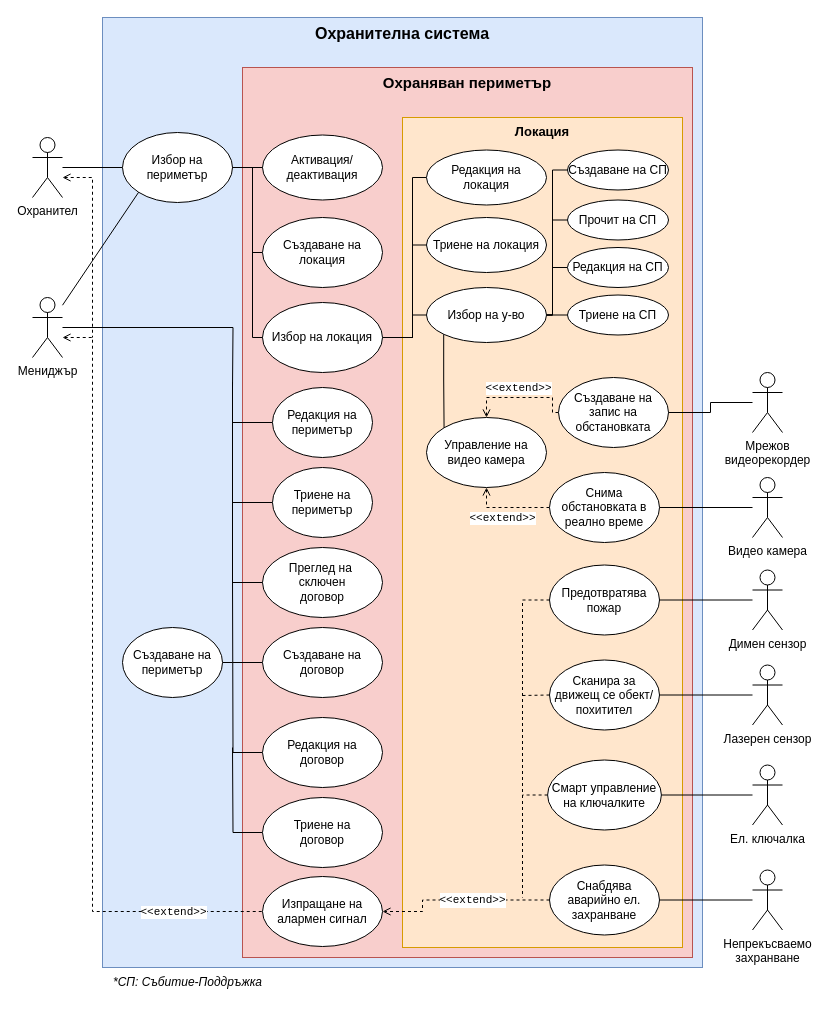
The draw.io diagram 2usecase.drawio in IsmailSalehCode/UML-course-work, before the edit. Source tidied: cells renumbered, new cells numbered last; positions are measured from the earlier drawing's top-left corner, leaving out a move shared by most shapes. Both pictures are drawn from the tidied source at 100%, with x=0, y=0 at pixel (32, 17).
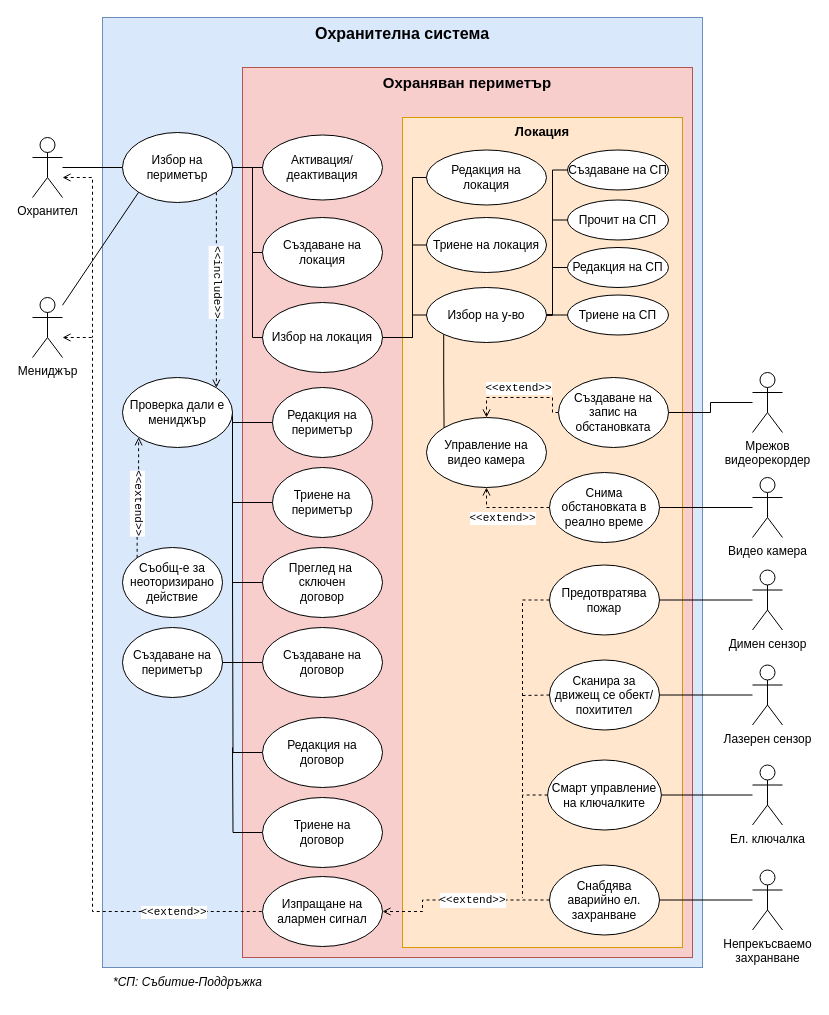
Above is the later version.

The change refers to these unchanged cells:
```xml
<mxCell id="6" value="Избор на периметър" style="ellipse;whiteSpace=wrap;html=1;" parent="1" vertex="1">
  <mxGeometry x="90" y="115" width="110" height="70" as="geometry" />
</mxCell>
<mxCell id="12" value="Мениджър" style="shape=umlActor;verticalLabelPosition=bottom;verticalAlign=top;html=1;outlineConnect=0;" parent="1" vertex="1">
  <mxGeometry y="280" width="30" height="60" as="geometry" />
</mxCell>
<mxCell id="54" value="Преглед на&amp;nbsp;&lt;div&gt;сключен&lt;div&gt;договор&lt;/div&gt;&lt;/div&gt;" style="ellipse;whiteSpace=wrap;html=1;" parent="1" vertex="1">
  <mxGeometry x="230" y="530" width="120" height="70" as="geometry" />
</mxCell>
<mxCell id="60" value="Редакция на периметър" style="ellipse;whiteSpace=wrap;html=1;" parent="1" vertex="1">
  <mxGeometry x="240" y="370" width="100" height="70" as="geometry" />
</mxCell>
<mxCell id="61" value="Триене на периметър" style="ellipse;whiteSpace=wrap;html=1;" parent="1" vertex="1">
  <mxGeometry x="240" y="450" width="100" height="70" as="geometry" />
</mxCell>
```

Diff of the diagram source:
```diff
@@
+    <mxCell id="79" style="edgeStyle=orthogonalEdgeStyle;rounded=0;jettySize=auto;html=1;exitX=1;exitY=1;exitDx=0;exitDy=0;entryX=1;entryY=0;entryDx=0;entryDy=0;endArrow=open;endFill=0;dashed=1;" parent="1" edge="1" source="6" target="81">
+      <mxGeometry relative="1" as="geometry" />
+    </mxCell>
+    <mxCell id="80" value="&lt;font face=&quot;Courier New&quot;&gt;&amp;lt;&amp;lt;include&amp;gt;&amp;gt;&lt;/font&gt;" style="edgeLabel;html=1;align=center;verticalAlign=middle;rotation=90;" parent="79" vertex="1">
+      <mxGeometry x="-0.23" y="1" relative="1" as="geometry">
+        <mxPoint y="15" as="offset" />
+      </mxGeometry>
+    </mxCell>
@@
-    <mxCell id="11" style="edgeStyle=orthogonalEdgeStyle;rounded=0;jettySize=auto;html=1;endArrow=none;endFill=0;" parent="1" edge="1" source="12">
-      <mxGeometry relative="1" as="geometry">
-        <mxPoint x="200" y="370" as="targetPoint" />
-      </mxGeometry>
-    </mxCell>
@@
-    <mxCell id="55" style="edgeStyle=orthogonalEdgeStyle;rounded=0;jettySize=auto;html=1;entryX=0;entryY=0.5;entryDx=0;entryDy=0;endArrow=none;endFill=0;" parent="1" edge="1" target="54">
+    <mxCell id="55" style="edgeStyle=orthogonalEdgeStyle;rounded=0;jettySize=auto;html=1;entryX=0;entryY=0.5;entryDx=0;entryDy=0;endArrow=none;endFill=0;exitX=1;exitY=0.5;exitDx=0;exitDy=0;" parent="1" edge="1" source="81" target="54">
       <mxGeometry relative="1" as="geometry">
-        <mxPoint x="200" y="365" as="sourcePoint" />
         <Array as="points">
           <mxPoint x="200" y="565" />
         </Array>
       </mxGeometry>
     </mxCell>
-    <mxCell id="56" style="edgeStyle=orthogonalEdgeStyle;rounded=0;jettySize=auto;html=1;entryX=0;entryY=0.5;entryDx=0;entryDy=0;endArrow=none;endFill=0;" parent="1" edge="1" target="60">
+    <mxCell id="56" style="edgeStyle=orthogonalEdgeStyle;rounded=0;jettySize=auto;html=1;entryX=0;entryY=0.5;entryDx=0;entryDy=0;endArrow=none;endFill=0;exitX=1;exitY=0.5;exitDx=0;exitDy=0;" parent="1" edge="1" source="81" target="60">
       <mxGeometry relative="1" as="geometry">
-        <mxPoint x="200" y="365" as="sourcePoint" />
         <Array as="points">
           <mxPoint x="200" y="405" />
         </Array>
       </mxGeometry>
     </mxCell>
-    <mxCell id="57" style="edgeStyle=orthogonalEdgeStyle;rounded=0;jettySize=auto;html=1;entryX=0;entryY=0.5;entryDx=0;entryDy=0;endArrow=none;endFill=0;" parent="1" edge="1" target="61">
+    <mxCell id="57" style="edgeStyle=orthogonalEdgeStyle;rounded=0;jettySize=auto;html=1;entryX=0;entryY=0.5;entryDx=0;entryDy=0;endArrow=none;endFill=0;exitX=1;exitY=0.5;exitDx=0;exitDy=0;" parent="1" edge="1" source="81" target="61">
       <mxGeometry relative="1" as="geometry">
-        <mxPoint x="200" y="365" as="sourcePoint" />
         <Array as="points">
           <mxPoint x="200" y="485" />
         </Array>
       </mxGeometry>
     </mxCell>
@@
+    <mxCell id="81" value="Проверка дали е мениджър" style="ellipse;whiteSpace=wrap;html=1;" parent="1" vertex="1">
+      <mxGeometry x="90" y="360" width="110" height="70" as="geometry" />
+    </mxCell>
+    <mxCell id="82" style="edgeStyle=orthogonalEdgeStyle;rounded=0;jettySize=auto;html=1;exitX=0;exitY=0;exitDx=0;exitDy=0;entryX=0;entryY=1;entryDx=0;entryDy=0;dashed=1;endArrow=open;endFill=0;" parent="1" edge="1" source="84" target="81">
+      <mxGeometry relative="1" as="geometry" />
+    </mxCell>
+    <mxCell id="83" value="&lt;font face=&quot;Courier New&quot;&gt;&amp;lt;&amp;lt;extend&amp;gt;&amp;gt;&lt;/font&gt;" style="edgeLabel;html=1;align=center;verticalAlign=middle;rotation=90;" parent="82" vertex="1">
+      <mxGeometry x="0.13" relative="1" as="geometry">
+        <mxPoint y="12" as="offset" />
+      </mxGeometry>
+    </mxCell>
+    <mxCell id="84" value="Съобщ-е за неоторизирано действие" style="ellipse;whiteSpace=wrap;html=1;" parent="1" vertex="1">
+      <mxGeometry x="90" y="530" width="100" height="70" as="geometry" />
+    </mxCell>
```
